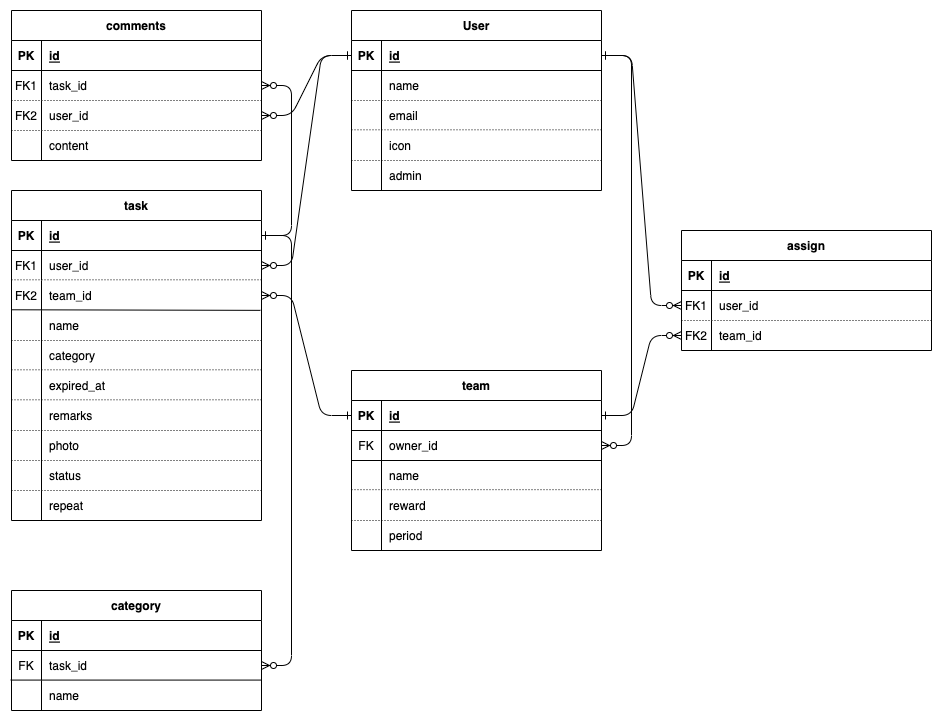
Before: img/ER図.png, a diagram exported from draw.io (Asumi8/TOPPA). Source tidied: cells renumbered, new cells last; positions are measured from the earlier drawing's top-left corner, leaving out a move shared by most shapes.
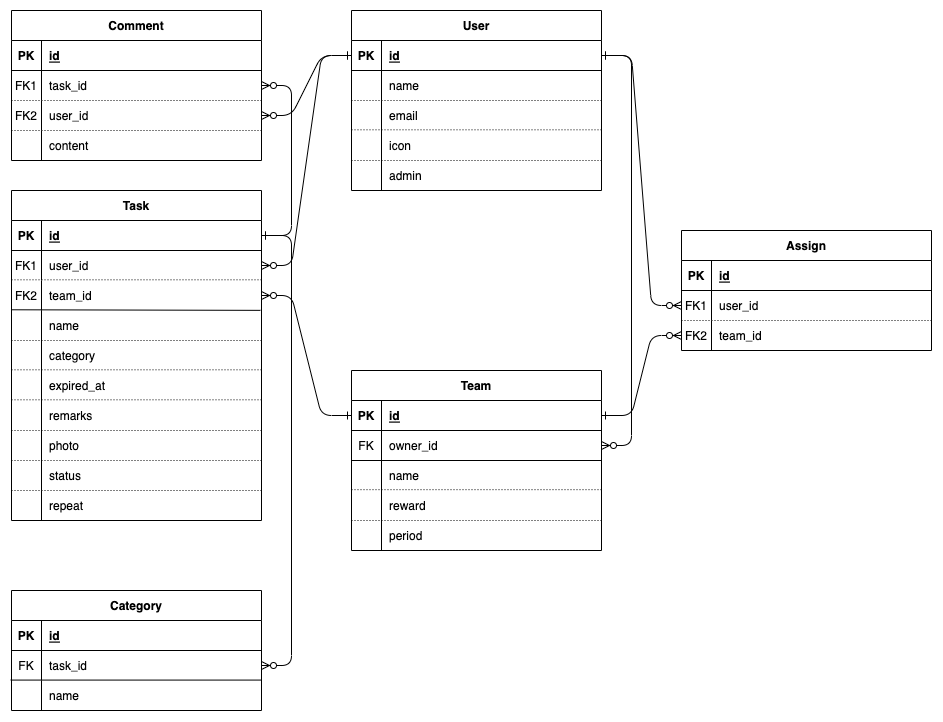
The same file after the commit.

What changed in the source:
```diff
@@ -5,7 +5,7 @@
     <mxCell id="2" style="edgeStyle=entityRelationEdgeStyle;endArrow=ERzeroToMany;startArrow=ERone;endFill=1;startFill=0;" parent="1" edge="1" source="27" target="7">
       <mxGeometry relative="1" as="geometry" />
     </mxCell>
-    <mxCell id="3" value="assign" style="shape=table;startSize=30;rowLines=0;fontStyle=1;align=center;" parent="1" vertex="1">
+    <mxCell id="3" value="Assign" style="shape=table;startSize=30;rowLines=0;fontStyle=1;align=center;" parent="1" vertex="1">
       <mxGeometry x="670" y="220" width="250" height="120" as="geometry" />
     </mxCell>
     <mxCell id="4" style="shape=partialRectangle;fillColor=none;top=0;left=0;right=0;bottom=1;" parent="3" vertex="1">
@@ -35,7 +35,7 @@
     <mxCell id="12" value="team_id" style="shape=partialRectangle;overflow=hidden;fillColor=none;top=0;left=0;bottom=0;right=0;align=left;spacingLeft=6;" parent="10" vertex="1">
       <mxGeometry x="30" width="220" height="30" as="geometry" />
     </mxCell>
-    <mxCell id="13" value="team" style="shape=table;startSize=30;rowLines=0;fontStyle=1;align=center;" parent="1" vertex="1">
+    <mxCell id="13" value="Team" style="shape=table;startSize=30;rowLines=0;fontStyle=1;align=center;" parent="1" vertex="1">
       <mxGeometry x="340" y="360" width="250" height="180" as="geometry" />
     </mxCell>
     <mxCell id="14" style="shape=partialRectangle;fillColor=none;points=[[0,0.5],[1,0.5]];portConstraint=eastwest;top=0;left=0;right=0;bottom=1;" parent="13" vertex="1">
@@ -113,7 +113,7 @@
     <mxCell id="38" style="edgeStyle=entityRelationEdgeStyle;endArrow=ERzeroToMany;startArrow=ERone;endFill=1;startFill=0;exitX=1;exitY=0.5;exitDx=0;exitDy=0;entryX=0;entryY=0.5;entryDx=0;entryDy=0;" parent="1" edge="1" source="14" target="10">
       <mxGeometry relative="1" as="geometry" />
     </mxCell>
-    <mxCell id="39" value="task" style="shape=table;startSize=30;rowLines=0;fontStyle=1;align=center;" parent="1" vertex="1">
+    <mxCell id="39" value="Task" style="shape=table;startSize=30;rowLines=0;fontStyle=1;align=center;" parent="1" vertex="1">
       <mxGeometry y="180" width="250" height="330" as="geometry" />
     </mxCell>
     <mxCell id="40" style="shape=partialRectangle;fillColor=none;points=[[0,0.5],[1,0.5]];portConstraint=eastwest;top=0;left=0;right=0;bottom=1;" parent="39" vertex="1">
@@ -314,7 +314,7 @@
         <mxPoint x="590" y="479.2" as="targetPoint" />
       </mxGeometry>
     </mxCell>
-    <mxCell id="93" value="category" style="shape=table;startSize=30;rowLines=0;fontStyle=1;align=center;" parent="1" vertex="1">
+    <mxCell id="93" value="Category" style="shape=table;startSize=30;rowLines=0;fontStyle=1;align=center;" parent="1" vertex="1">
       <mxGeometry y="580" width="250" height="120" as="geometry" />
     </mxCell>
     <mxCell id="94" style="shape=partialRectangle;fillColor=none;top=0;left=0;right=0;bottom=1;" parent="93" vertex="1">
@@ -359,7 +359,7 @@
         <mxPoint x="250" y="330" as="targetPoint" />
       </mxGeometry>
     </mxCell>
-    <mxCell id="107" value="comments" style="shape=table;startSize=30;rowLines=0;fontStyle=1;align=center;" parent="1" vertex="1">
+    <mxCell id="107" value="Comment" style="shape=table;startSize=30;rowLines=0;fontStyle=1;align=center;" parent="1" vertex="1">
       <mxGeometry width="250" height="150" as="geometry" />
     </mxCell>
     <mxCell id="108" style="shape=partialRectangle;fillColor=none;top=0;left=0;right=0;bottom=1;" parent="107" vertex="1">
```
